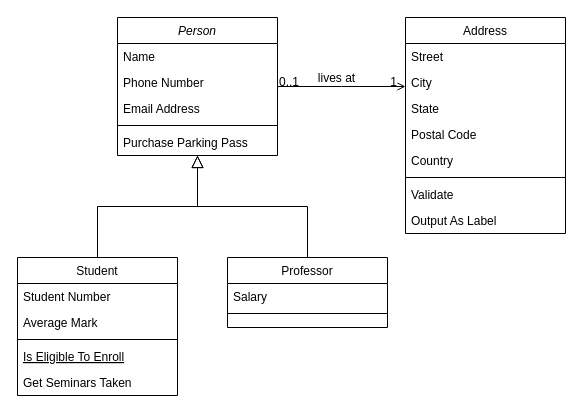
Earlier version of the draw.io diagram aga-sav-sru-t-UD12DiagramasER-111023.drawio (AsierGArranz/aga-sru-sa-t-UD12DiagramaER-11102023). Source tidied: cells renumbered, new cells numbered last; positions are measured from the earlier drawing's top-left corner, leaving out a move shared by most shapes. Both pictures are drawn from the tidied source at 100%, with x=0, y=0 at pixel (17, 17).
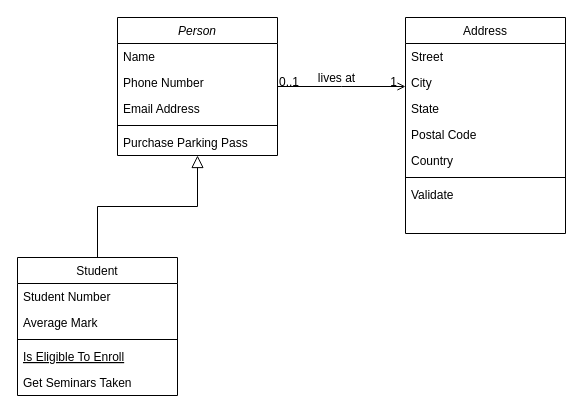
The same diagram, later.

Unchanged cells that the change refers to:
```xml
<mxCell id="2" value="Person" style="swimlane;fontStyle=2;align=center;verticalAlign=top;horizontal=1;startSize=26;rounded=0;shadow=0;strokeWidth=1;" parent="1" vertex="1">
  <mxGeometry x="100" width="160" height="138" as="geometry" />
</mxCell>
<mxCell id="19" value="Address" style="swimlane;fontStyle=0;align=center;verticalAlign=top;horizontal=1;startSize=26;rounded=0;shadow=0;strokeWidth=1;" parent="1" vertex="1">
  <mxGeometry x="388" width="160" height="216" as="geometry" />
</mxCell>
```

What changed in the source:
```diff
@@
-    <mxCell id="15" value="Professor" style="swimlane;fontStyle=0;align=center;verticalAlign=top;horizontal=1;startSize=26;rounded=0;shadow=0;strokeWidth=1;" parent="1" vertex="1">
-      <mxGeometry x="210" y="240" width="160" height="70" as="geometry" />
-    </mxCell>
-    <mxCell id="16" value="Salary" style="text;align=left;verticalAlign=top;spacingLeft=4;spacingRight=4;overflow=hidden;" parent="15" vertex="1">
-      <mxGeometry y="26" width="160" height="26" as="geometry" />
-    </mxCell>
-    <mxCell id="17" style="line;html=1;strokeWidth=1;align=left;verticalAlign=middle;spacingTop=-1;spacingLeft=3;spacingRight=3;labelPosition=right;" parent="15" vertex="1">
-      <mxGeometry y="52" width="160" height="8" as="geometry" />
-    </mxCell>
-    <mxCell id="18" style="endArrow=block;endSize=10;endFill=0;shadow=0;strokeWidth=1;rounded=0;edgeStyle=elbowEdgeStyle;elbow=vertical;" parent="1" edge="1" source="15" target="2">
-      <mxGeometry relative="1" as="geometry" />
-    </mxCell>
@@
-    <mxCell id="27" value="Output As Label" style="text;align=left;verticalAlign=top;spacingLeft=4;spacingRight=4;overflow=hidden;" parent="19" vertex="1">
-      <mxGeometry y="190" width="160" height="26" as="geometry" />
-    </mxCell>
```
